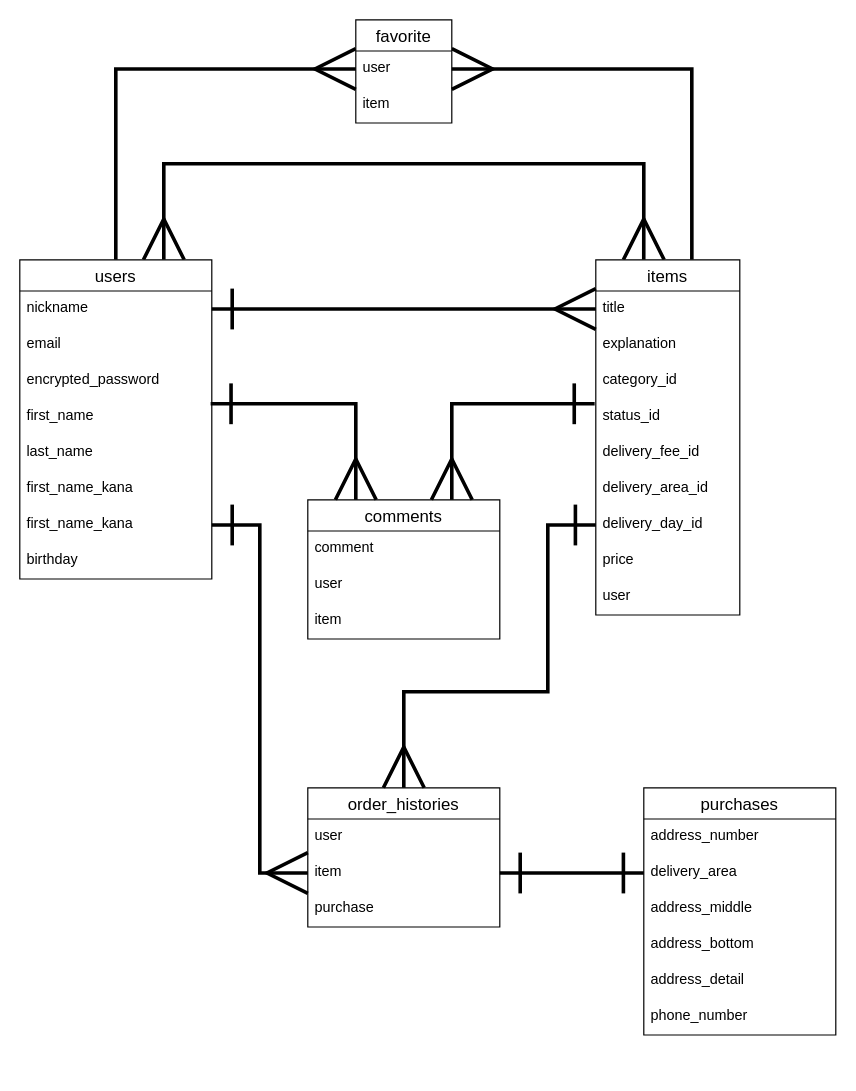
The draw.io diagram database.dio in TakanashiSora874/furima-36900, before the edit. Source tidied: cells renumbered, new cells numbered last; positions are measured from the earlier drawing's top-left corner, leaving out a move shared by most shapes. Both pictures are drawn from the tidied source at 120%, with x=0, y=0 at pixel (19, 19).
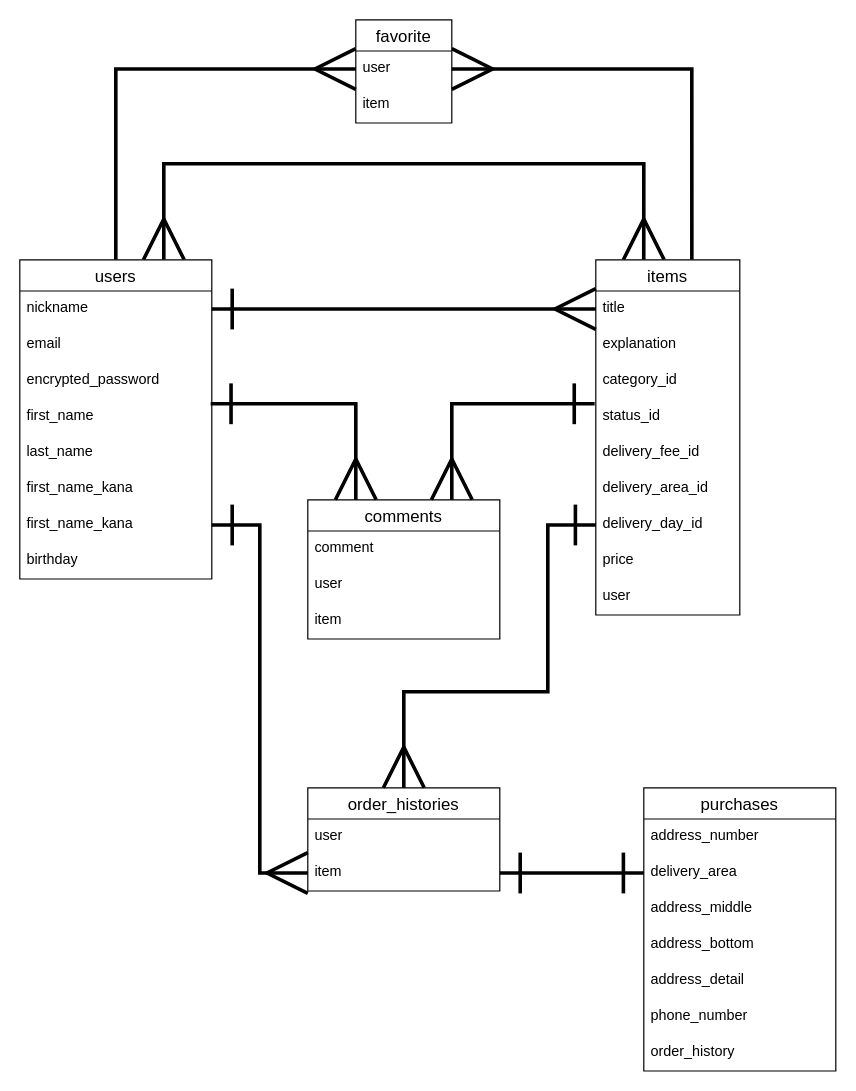
The same diagram, later.

Commit message (it also covers changes not shown here):
データベース設計

Change to the diagram source:
```diff
@@
     <mxCell id="34" value="order_histories" style="swimlane;fontStyle=0;horizontal=1;startSize=26;align=center;fontSize=14;" parent="1" vertex="1">
-      <mxGeometry x="240" y="640" width="160" height="116" as="geometry" />
+      <mxGeometry x="240" y="640" width="160" height="86" as="geometry" />
     </mxCell>
@@
-    <mxCell id="37" value="purchase" style="text;strokeColor=none;fillColor=none;spacingLeft=4;spacingRight=4;overflow=hidden;fontSize=12;" parent="34" vertex="1">
-      <mxGeometry y="86" width="160" height="30" as="geometry" />
-    </mxCell>
     <mxCell id="38" value="purchases" style="swimlane;fontStyle=0;horizontal=1;startSize=26;align=center;fontSize=14;" parent="1" vertex="1">
-      <mxGeometry x="520" y="640" width="160" height="206" as="geometry" />
+      <mxGeometry x="520" y="640" width="160" height="236" as="geometry" />
     </mxCell>
@@
+    <mxCell id="48" value="order_history" style="text;strokeColor=none;fillColor=none;spacingLeft=4;spacingRight=4;overflow=hidden;fontSize=12;" parent="38" vertex="1">
+      <mxGeometry y="206" width="160" height="30" as="geometry" />
+    </mxCell>
```
